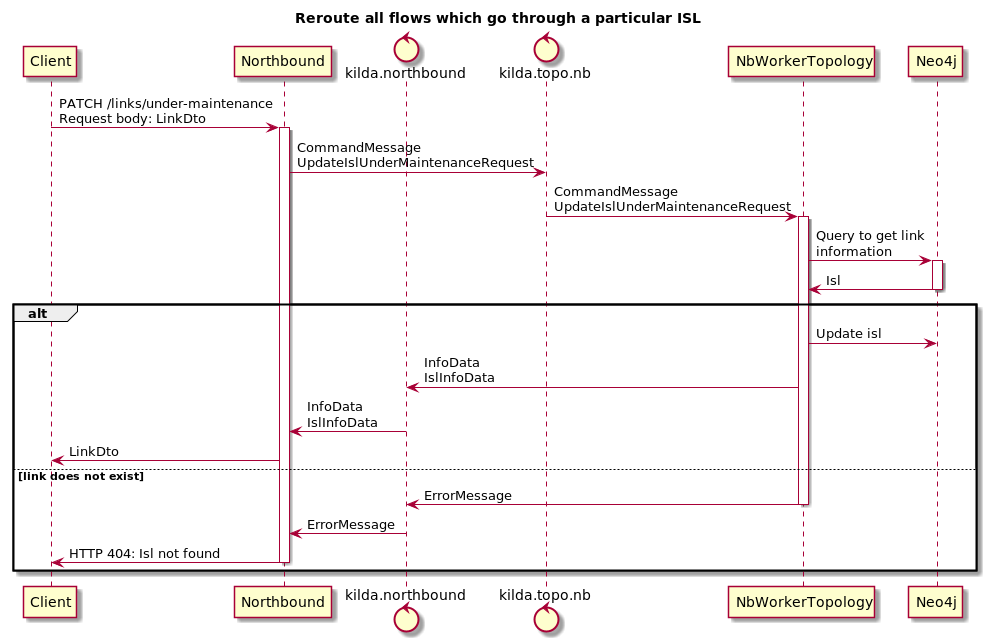
Above: docs/design/usecase/link-update-under-maintenance.png in telstra/open-kilda (PlantUML), before the change.
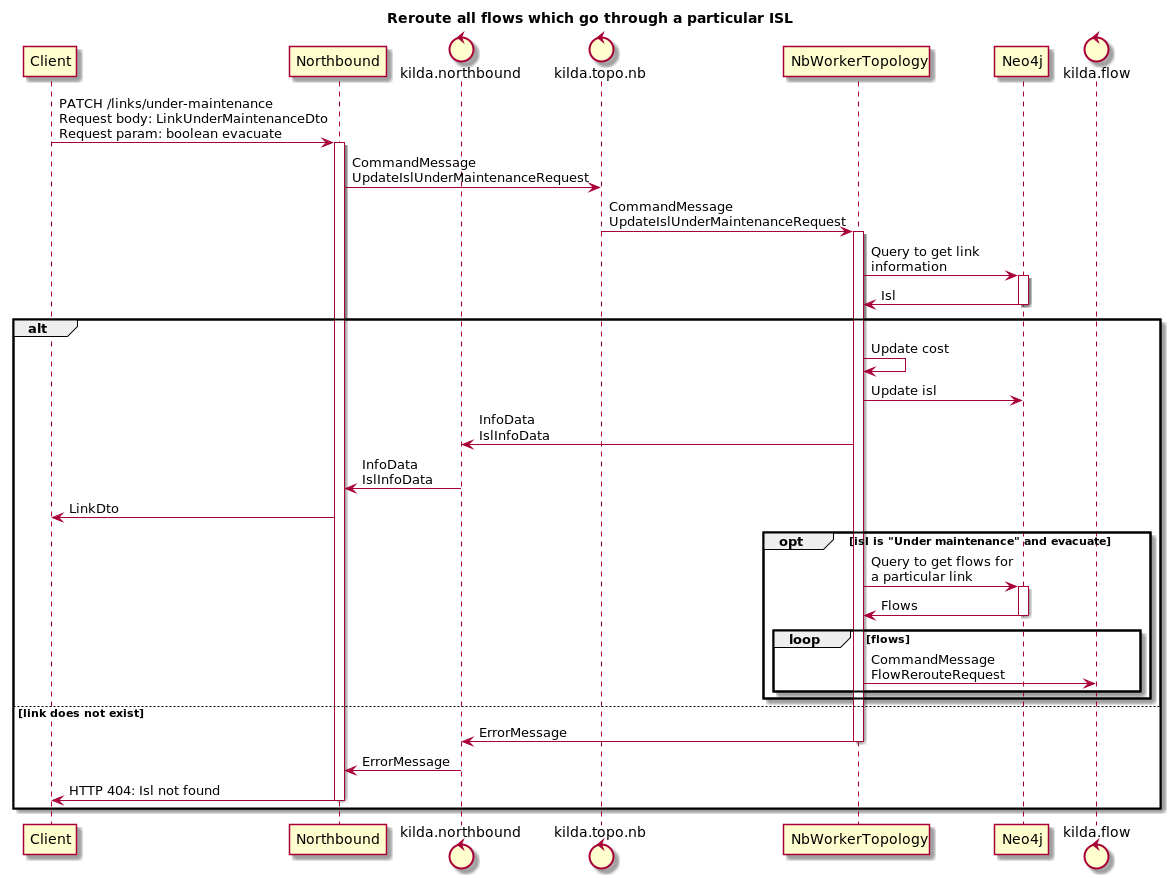
Later version of the same file.

Diff of the diagram source:
```diff
@@ -12,7 +12,9 @@
 
 participant Neo4j
 
-Client -> Northbound : PATCH /links/under-maintenance\nRequest body: LinkDto
+control kilda.flow
+
+Client -> Northbound : PATCH /links/under-maintenance\nRequest body: LinkUnderMaintenanceDto\nRequest param: boolean evacuate
 
 activate Northbound
 Northbound -> kilda.topo.nb : CommandMessage\nUpdateIslUnderMaintenanceRequest
@@ -26,10 +28,21 @@
 
 alt
 
+NbWorkerTopology -> NbWorkerTopology : Update cost
 NbWorkerTopology -> Neo4j : Update isl
 NbWorkerTopology -> kilda.northbound : InfoData\nIslInfoData
 kilda.northbound -> Northbound : InfoData\nIslInfoData
 Northbound -> Client : LinkDto
+
+opt isl is "Under maintenance" and evacuate
+NbWorkerTopology -> Neo4j : Query to get flows for\na particular link
+activate Neo4j
+Neo4j -> NbWorkerTopology : Flows
+deactivate Neo4j
+loop flows
+    NbWorkerTopology -> kilda.flow : CommandMessage\nFlowRerouteRequest
+end
+end
 
 else link does not exist
 
```
